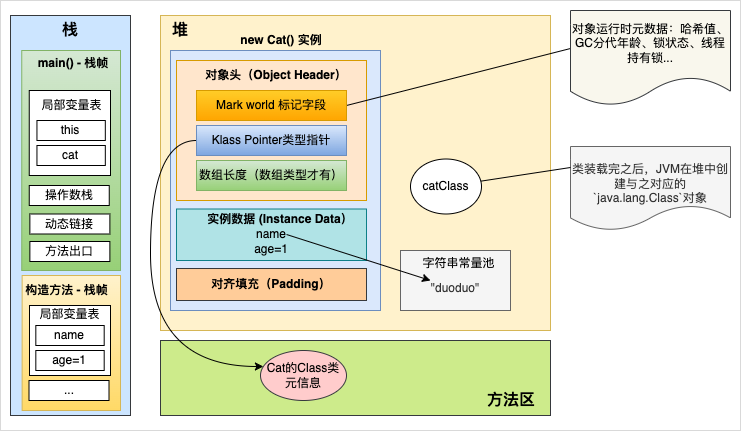
The draw.io diagram java/jvm/JVM创建对象 - 对象头布局.drawio.png in lihongyiyi/tech-visuals, before a commit. Source tidied: cells renumbered, new cells last; positions are measured from the earlier drawing's top-left corner, leaving out a move shared by most shapes.
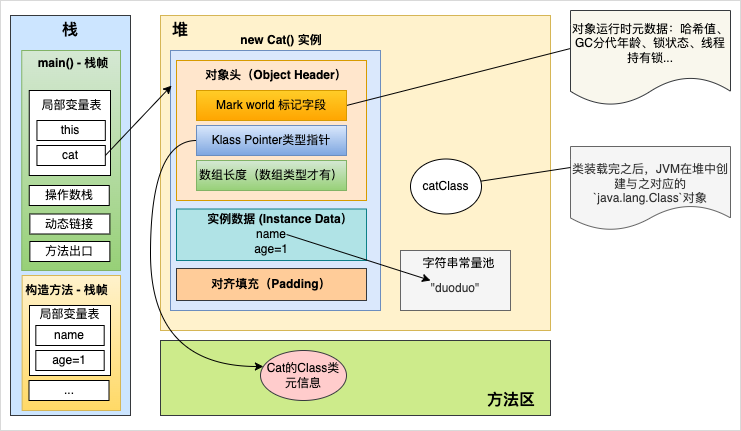
After the commit.

Commit message:
更新JVM创建对象 - 对象头布局.drawio.png

Change to the diagram source:
```diff
@@ -142,5 +142,8 @@
     <mxCell id="45" value="..." style="rounded=0;whiteSpace=wrap;html=1;" parent="1" vertex="1">
       <mxGeometry x="28.5" y="380" width="80" height="20" as="geometry" />
     </mxCell>
+    <mxCell id="46" style="endArrow=classic;html=1;rounded=0;exitX=1;exitY=0.5;exitDx=0;exitDy=0;entryX=0.005;entryY=0.135;entryDx=0;entryDy=0;entryPerimeter=0;" parent="1" edge="1" source="30" target="15">
+      <mxGeometry relative="1" as="geometry" />
+    </mxCell>
   </root>
 </mxGraphModel>
```
